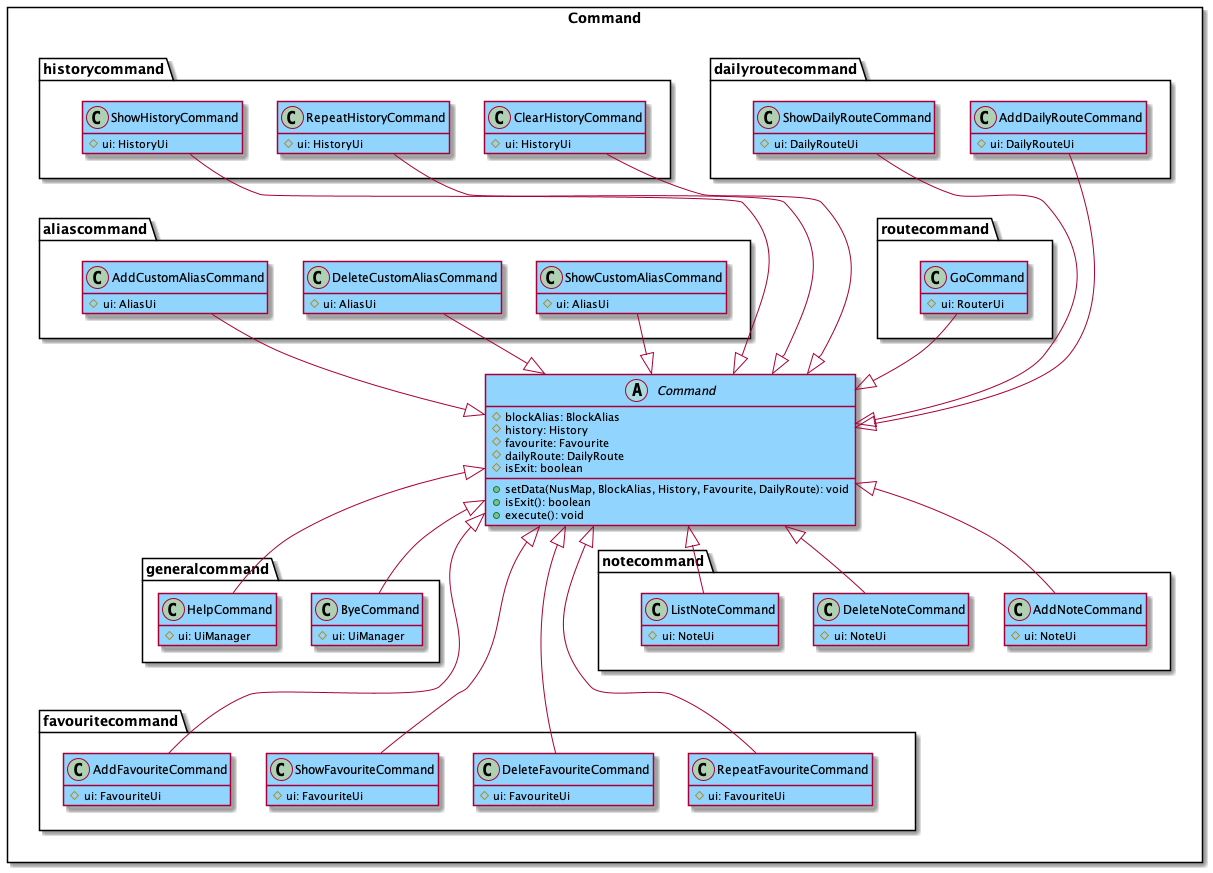
Earlier version of the PlantUML export docs/images/CommandComponent.png (nus-cs2113-AY2021S2/tp).
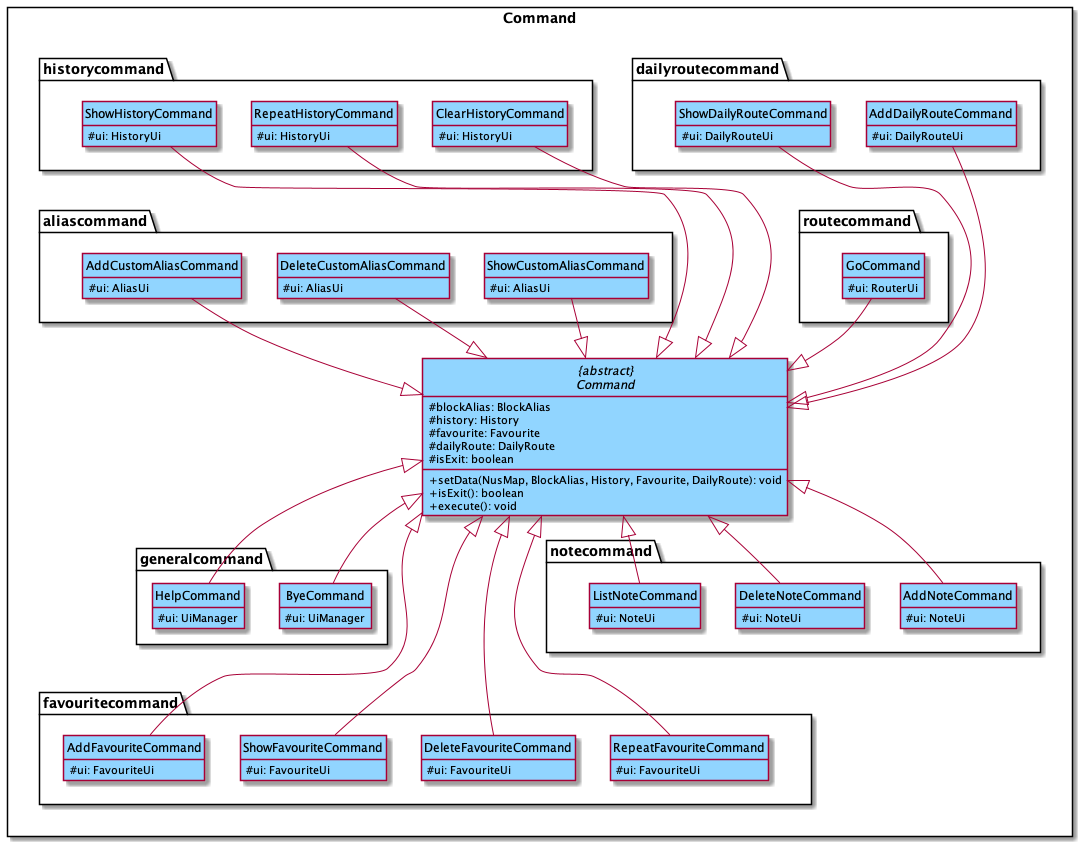
After the commit.

What changed in the source:
```diff
@@ -2,7 +2,7 @@
 !include Style.puml
 
 package Command <<Rectangle>> {
-    abstract class Command COMMAND_COLOR {
+    abstract class "{abstract}\nCommand" COMMAND_COLOR {
         # blockAlias: BlockAlias
         # history: History
         # favourite: Favourite
@@ -94,28 +94,28 @@
 notecommand -[hidden]- favouritecommand
 historycommand -[hidden]down- aliascommand
 
-Command <|-up- GoCommand
-Command <|-down- ByeCommand
-Command <|-down- HelpCommand
-Command <|-up- AddCustomAliasCommand
-Command <|-up- DeleteCustomAliasCommand
-Command <|-up- ShowCustomAliasCommand
-Command <|-up- AddDailyRouteCommand
-Command <|-up- ShowDailyRouteCommand
-Command <|-down- AddFavouriteCommand
-Command <|-down- DeleteFavouriteCommand
-Command <|-down- RepeatFavouriteCommand
-Command <|-down- ShowFavouriteCommand
-Command <|-up- ClearHistoryCommand
-Command <|-up- RepeatHistoryCommand
-Command <|-up- ShowHistoryCommand
-Command <|-down- AddNoteCommand
-Command <|-down- DeleteNoteCommand
-Command <|-down- ListNoteCommand
+"{abstract}\nCommand" <|-up- GoCommand
+"{abstract}\nCommand" <|-down- ByeCommand
+"{abstract}\nCommand" <|-down- HelpCommand
+"{abstract}\nCommand" <|-up- AddCustomAliasCommand
+"{abstract}\nCommand" <|-up- DeleteCustomAliasCommand
+"{abstract}\nCommand" <|-up- ShowCustomAliasCommand
+"{abstract}\nCommand" <|-up- AddDailyRouteCommand
+"{abstract}\nCommand" <|-up- ShowDailyRouteCommand
+"{abstract}\nCommand" <|-down- AddFavouriteCommand
+"{abstract}\nCommand" <|-down- DeleteFavouriteCommand
+"{abstract}\nCommand" <|-down- RepeatFavouriteCommand
+"{abstract}\nCommand" <|-down- ShowFavouriteCommand
+"{abstract}\nCommand" <|-up- ClearHistoryCommand
+"{abstract}\nCommand" <|-up- RepeatHistoryCommand
+"{abstract}\nCommand" <|-up- ShowHistoryCommand
+"{abstract}\nCommand" <|-down- AddNoteCommand
+"{abstract}\nCommand" <|-down- DeleteNoteCommand
+"{abstract}\nCommand" <|-down- ListNoteCommand
 
 hide methods
-show Command members
-show Command methods
-
+show "{abstract}\nCommand" members
+hide circle
+skinparam classAttributeIconSize 0
 
 @enduml
```
